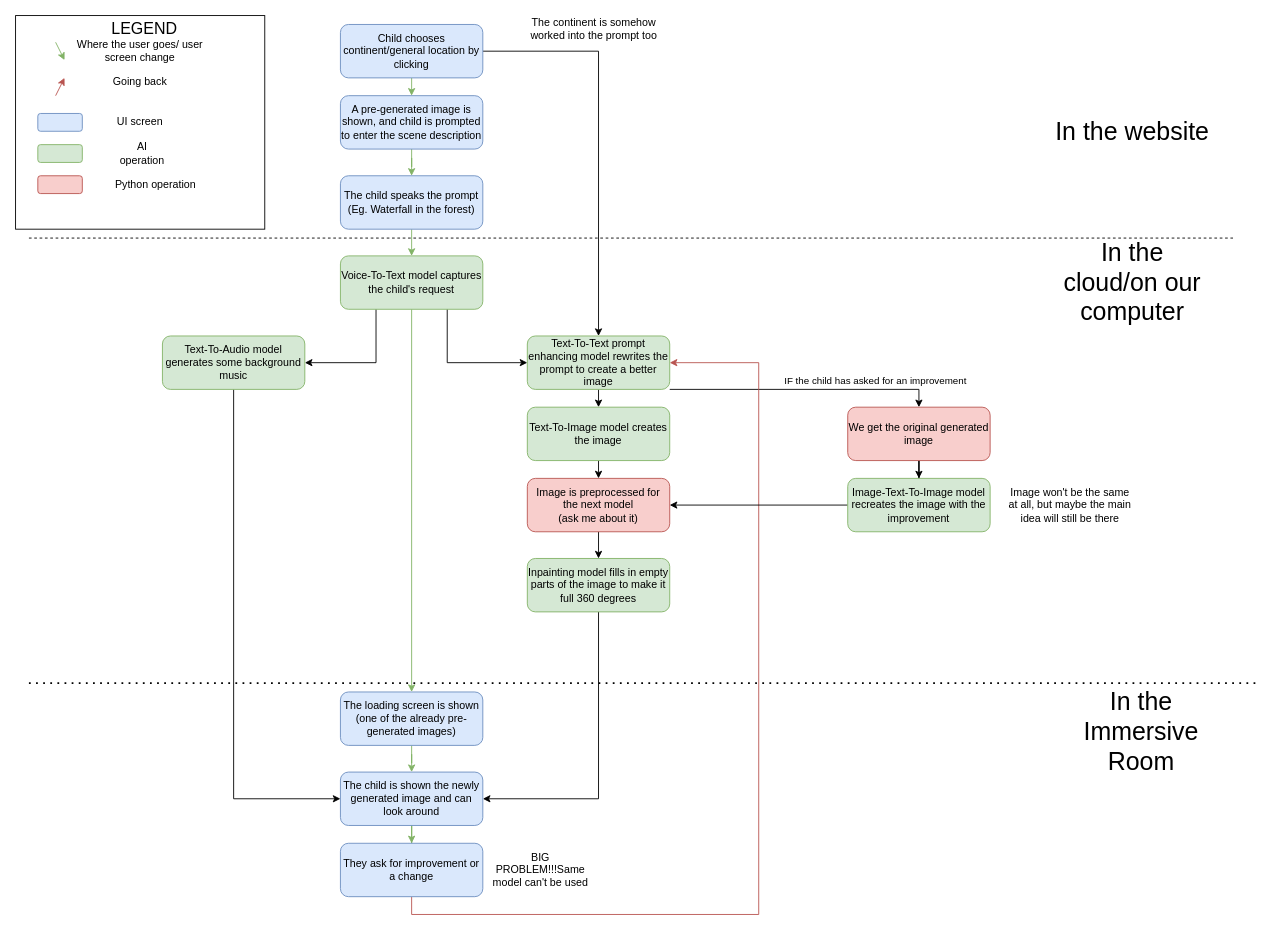
Earlier version of the draw.io diagram ATVARS_Team_Project.drawio (IsabelleDesle/VirtualGlobeTrotter). Source tidied: cells renumbered, new cells numbered last; positions are measured from the earlier drawing's top-left corner, leaving out a move shared by most shapes. Both pictures are drawn from the tidied source at 89%, with x=0, y=0 at pixel (15, 15).
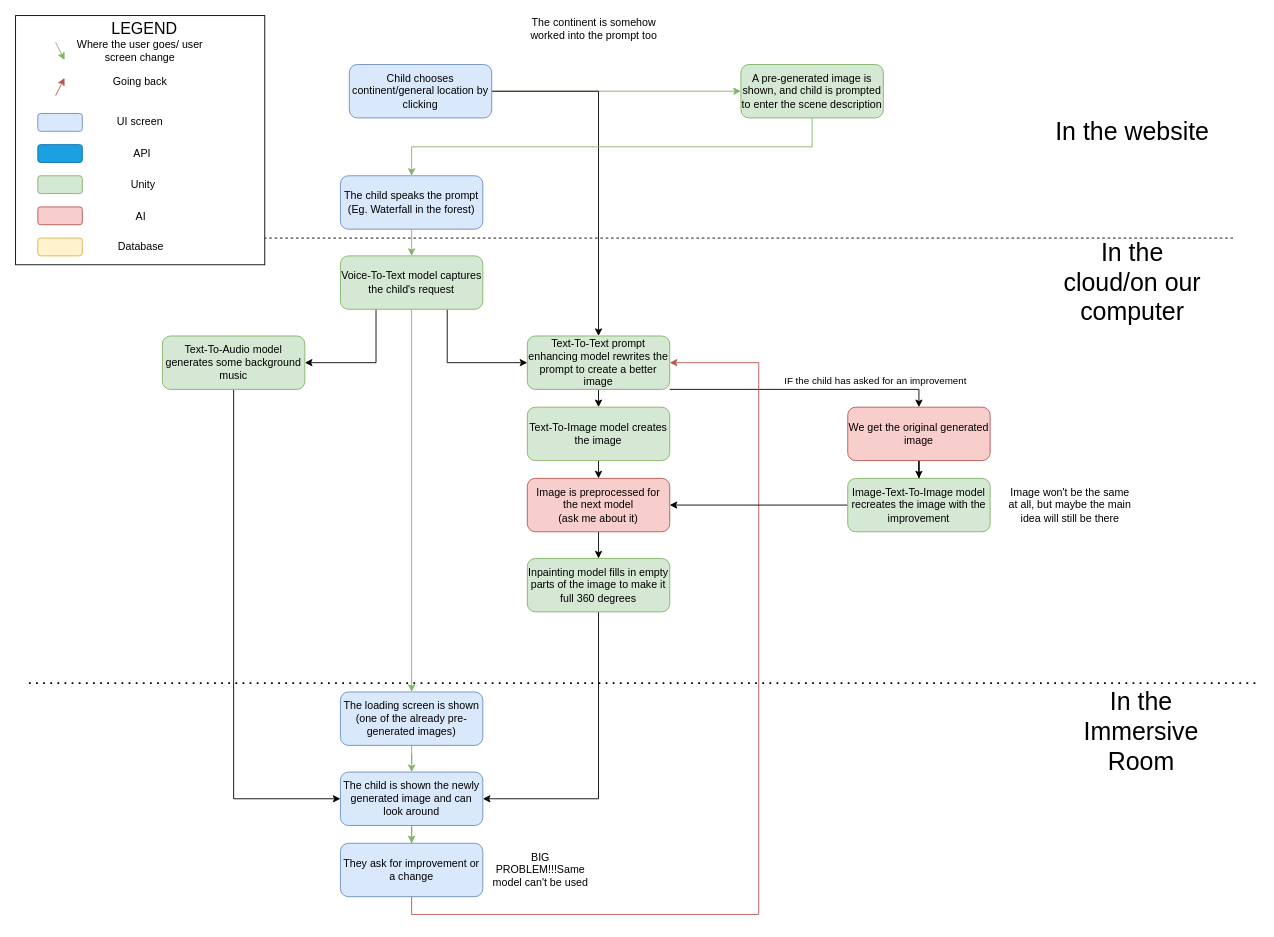
After the change.

What changed in the source:
```diff
@@
-    <mxCell id="2" style="edgeStyle=orthogonalEdgeStyle;rounded=0;jettySize=auto;html=1;exitX=0.5;exitY=1;exitDx=0;exitDy=0;entryX=0.5;entryY=0;entryDx=0;entryDy=0;fillColor=#d5e8d4;strokeColor=#82b366;" parent="1" edge="1" source="4" target="6">
+    <mxCell id="2" style="edgeStyle=orthogonalEdgeStyle;rounded=0;jettySize=auto;html=1;exitX=1;exitY=0.5;exitDx=0;exitDy=0;fillColor=#d5e8d4;strokeColor=#82b366;" parent="1" edge="1" source="4" target="6">
       <mxGeometry relative="1" as="geometry" />
     </mxCell>
@@
     <mxCell id="4" value="Child chooses continent/general location by clicking" style="rounded=1;whiteSpace=wrap;html=1;fillColor=#dae8fc;strokeColor=#6c8ebf;" parent="1" vertex="1">
-      <mxGeometry x="365" y="10" width="160" height="60" as="geometry" />
+      <mxGeometry x="375" y="55" width="160" height="60" as="geometry" />
     </mxCell>
@@
-    <mxCell id="6" value="&lt;div&gt;A pre-generated image is shown, and child is prompted to enter the scene description&lt;/div&gt;" style="rounded=1;whiteSpace=wrap;html=1;fillColor=#dae8fc;strokeColor=#6c8ebf;" parent="1" vertex="1">
-      <mxGeometry x="365" y="90" width="160" height="60" as="geometry" />
+    <mxCell id="6" value="&lt;div&gt;A pre-generated image is shown, and child is prompted to enter the scene description&lt;/div&gt;" style="rounded=1;whiteSpace=wrap;html=1;fillColor=#d5e8d4;strokeColor=#82b366;" parent="1" vertex="1">
+      <mxGeometry x="815" y="55" width="160" height="60" as="geometry" />
     </mxCell>
@@
     <mxCell id="42" style="rounded=0;whiteSpace=wrap;html=1;" parent="1" vertex="1">
-      <mxGeometry width="280" height="240" as="geometry" />
+      <mxGeometry width="280" height="280" as="geometry" />
     </mxCell>
@@
-    <mxCell id="50" style="rounded=1;whiteSpace=wrap;html=1;fillColor=#d5e8d4;strokeColor=#82b366;" parent="1" vertex="1">
+    <mxCell id="50" style="rounded=1;whiteSpace=wrap;html=1;fillColor=#1ba1e2;strokeColor=#006EAF;fontColor=#ffffff;" parent="1" vertex="1">
       <mxGeometry x="25" y="145" width="50" height="20" as="geometry" />
     </mxCell>
-    <mxCell id="51" value="AI operation" style="text;html=1;align=center;verticalAlign=middle;whiteSpace=wrap;rounded=0;" parent="1" vertex="1">
+    <mxCell id="51" value="API" style="text;html=1;align=center;verticalAlign=middle;whiteSpace=wrap;rounded=0;" parent="1" vertex="1">
       <mxGeometry x="110" y="140" width="65" height="30" as="geometry" />
     </mxCell>
-    <mxCell id="52" style="rounded=1;whiteSpace=wrap;html=1;fillColor=#f8cecc;strokeColor=#b85450;" parent="1" vertex="1">
+    <mxCell id="52" style="rounded=1;whiteSpace=wrap;html=1;fillColor=#d5e8d4;strokeColor=#82b366;" parent="1" vertex="1">
       <mxGeometry x="25" y="180" width="50" height="20" as="geometry" />
     </mxCell>
-    <mxCell id="53" value="Python operation" style="text;html=1;align=center;verticalAlign=middle;whiteSpace=wrap;rounded=0;" parent="1" vertex="1">
-      <mxGeometry x="110" y="175" width="95" height="30" as="geometry" />
+    <mxCell id="53" value="Unity" style="text;html=1;align=center;verticalAlign=middle;whiteSpace=wrap;rounded=0;" parent="1" vertex="1">
+      <mxGeometry x="96" y="175" width="95" height="30" as="geometry" />
     </mxCell>
@@
+    <mxCell id="55" style="whiteSpace=wrap;html=1;fillColor=#f8cecc;strokeColor=#b85450;rounded=1;" parent="1" vertex="1">
+      <mxGeometry x="25" y="215" width="50" height="20" as="geometry" />
+    </mxCell>
+    <mxCell id="56" value="AI" style="whiteSpace=wrap;html=1;strokeColor=none;" parent="1" vertex="1">
+      <mxGeometry x="81" y="216" width="120" height="20" as="geometry" />
+    </mxCell>
+    <mxCell id="57" style="whiteSpace=wrap;html=1;fillColor=#fff2cc;strokeColor=#d6b656;rounded=1;" parent="1" vertex="1">
+      <mxGeometry x="25" y="250" width="50" height="20" as="geometry" />
+    </mxCell>
+    <mxCell id="58" value="Database" style="whiteSpace=wrap;html=1;strokeColor=none;" parent="1" vertex="1">
+      <mxGeometry x="81" y="250" width="120" height="20" as="geometry" />
+    </mxCell>
```
